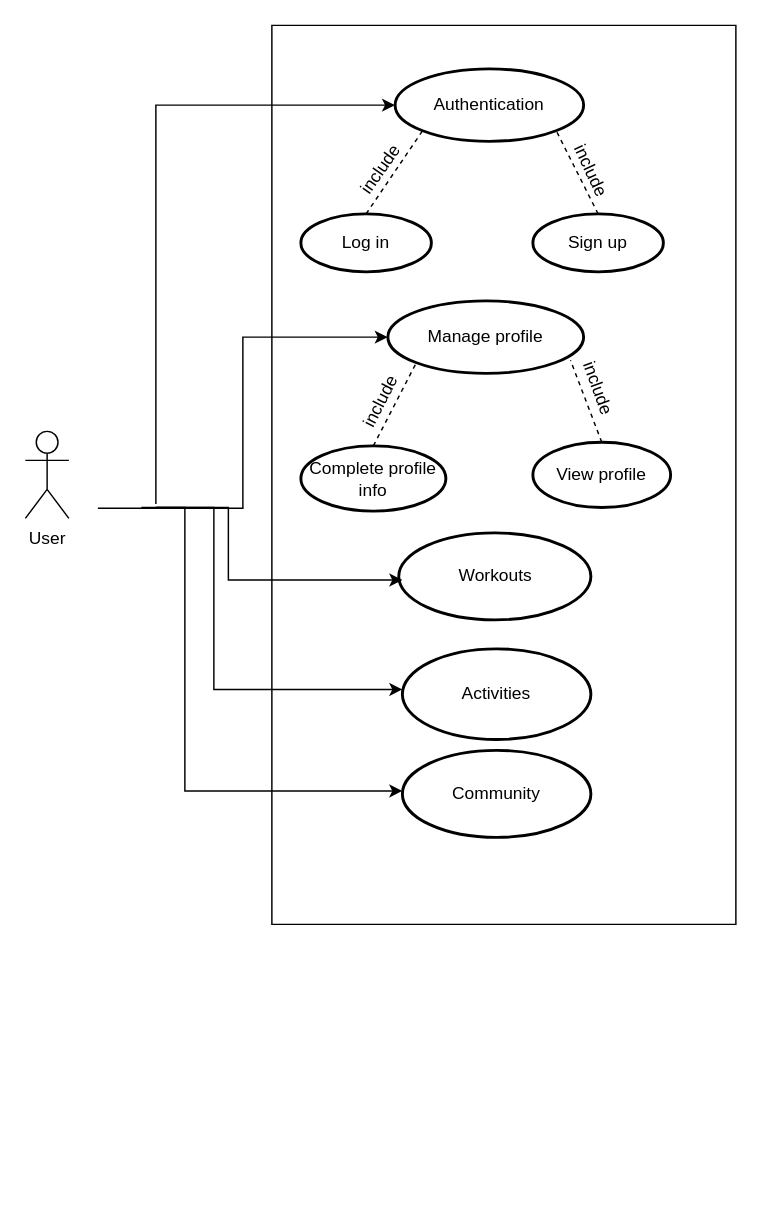
ShadiMe-flutter/Workout keeps this draw.io diagram as Docs./Usecase.drawio. Above is the earlier version. Source tidied: cells renumbered, new cells numbered last; positions are measured from the earlier drawing's top-left corner, leaving out a move shared by most shapes. Both pictures are drawn from the tidied source at 145%, with x=0, y=0 at pixel (25, 25).
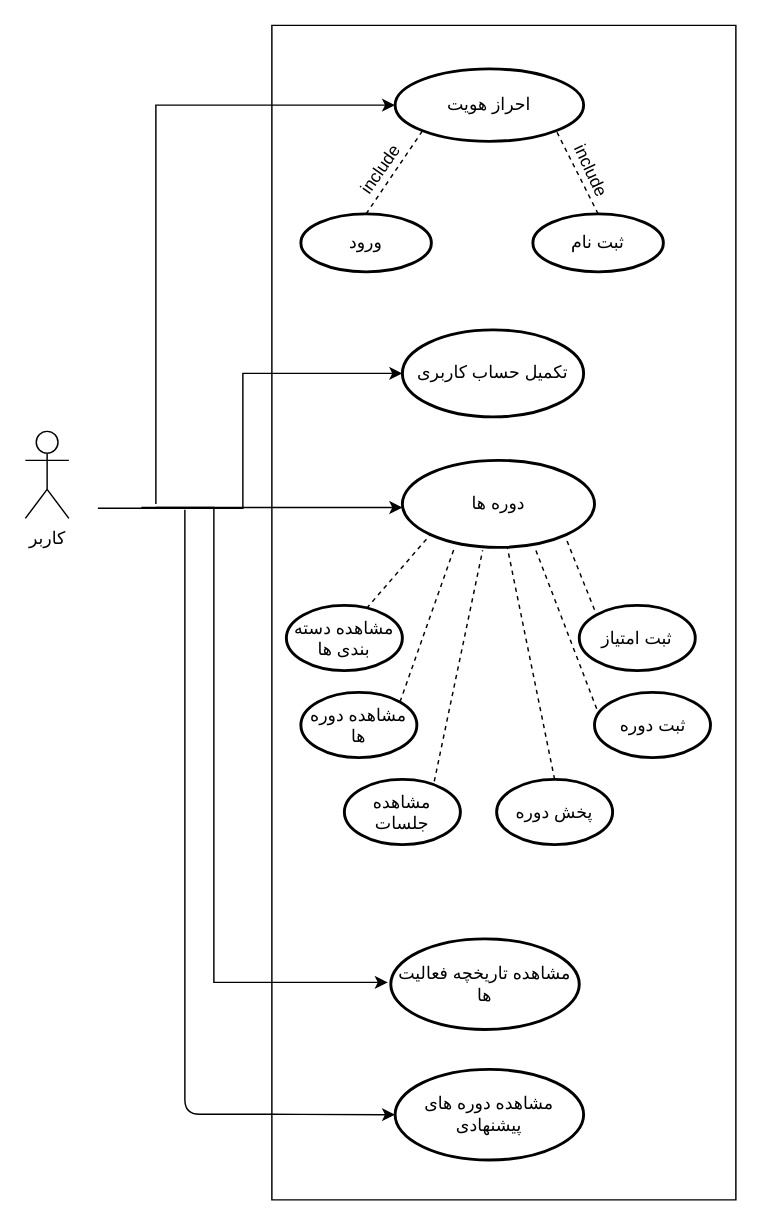
The same diagram, later.

The edit, as a diff of the source:
```diff
@@
-    <mxCell id="2" value="User&lt;br&gt;" style="shape=umlActor;verticalLabelPosition=bottom;verticalAlign=top;html=1;" parent="1" vertex="1">
+    <mxCell id="2" value="کاربر" style="shape=umlActor;verticalLabelPosition=bottom;verticalAlign=top;html=1;" parent="1" vertex="1">
       <mxGeometry y="280" width="30" height="60" as="geometry" />
     </mxCell>
     <mxCell id="3" style="verticalLabelPosition=bottom;verticalAlign=top;html=1;shape=mxgraph.basic.rect;fillColor2=none;strokeWidth=1;size=20;indent=5;direction=south;" parent="1" vertex="1">
-      <mxGeometry x="170" width="320" height="620" as="geometry" />
+      <mxGeometry x="170" width="320" height="810" as="geometry" />
     </mxCell>
-    <mxCell id="4" value="Authentication" style="strokeWidth=2;html=1;shape=mxgraph.flowchart.start_1;whiteSpace=wrap;" parent="1" vertex="1">
+    <mxCell id="4" value="احراز هویت" style="strokeWidth=2;html=1;shape=mxgraph.flowchart.start_1;whiteSpace=wrap;" parent="1" vertex="1">
       <mxGeometry x="255" y="30" width="130" height="50" as="geometry" />
     </mxCell>
-    <mxCell id="5" value="Log in" style="strokeWidth=2;html=1;shape=mxgraph.flowchart.start_1;whiteSpace=wrap;" parent="1" vertex="1">
+    <mxCell id="5" value="ورود" style="strokeWidth=2;html=1;shape=mxgraph.flowchart.start_1;whiteSpace=wrap;" parent="1" vertex="1">
       <mxGeometry x="190" y="130" width="90" height="40" as="geometry" />
     </mxCell>
-    <mxCell id="6" value="Sign up" style="strokeWidth=2;html=1;shape=mxgraph.flowchart.start_1;whiteSpace=wrap;" parent="1" vertex="1">
+    <mxCell id="6" value="ثبت نام" style="strokeWidth=2;html=1;shape=mxgraph.flowchart.start_1;whiteSpace=wrap;" parent="1" vertex="1">
       <mxGeometry x="350" y="130" width="90" height="40" as="geometry" />
     </mxCell>
@@
-    <mxCell id="11" value="Community" style="strokeWidth=2;html=1;shape=mxgraph.flowchart.start_1;whiteSpace=wrap;" parent="1" vertex="1">
-      <mxGeometry x="260" y="500" width="130" height="60" as="geometry" />
-    </mxCell>
-    <mxCell id="12" value="Activities" style="strokeWidth=2;html=1;shape=mxgraph.flowchart.start_1;whiteSpace=wrap;" parent="1" vertex="1">
-      <mxGeometry x="260" y="430" width="130" height="62.5" as="geometry" />
+    <mxCell id="12" value="مشاهده تاریخچه فعالیت ها" style="strokeWidth=2;html=1;shape=mxgraph.flowchart.start_1;whiteSpace=wrap;" parent="1" vertex="1">
+      <mxGeometry x="252" y="630" width="130" height="62.5" as="geometry" />
     </mxCell>
-    <mxCell id="13" value="Workouts" style="strokeWidth=2;html=1;shape=mxgraph.flowchart.start_1;whiteSpace=wrap;" parent="1" vertex="1">
-      <mxGeometry x="257.5" y="350" width="132.5" height="60" as="geometry" />
+    <mxCell id="13" value="دوره ها" style="strokeWidth=2;html=1;shape=mxgraph.flowchart.start_1;whiteSpace=wrap;" parent="1" vertex="1">
+      <mxGeometry x="260" y="300" width="132.5" height="60" as="geometry" />
     </mxCell>
-    <mxCell id="14" value="Complete profile info" style="strokeWidth=2;html=1;shape=mxgraph.flowchart.start_1;whiteSpace=wrap;" parent="1" vertex="1">
-      <mxGeometry x="190" y="290" width="100" height="45" as="geometry" />
-    </mxCell>
-    <mxCell id="15" style="edgeStyle=orthogonalEdgeStyle;rounded=0;orthogonalLoop=1;jettySize=auto;html=1;" parent="1" edge="1">
-      <mxGeometry relative="1" as="geometry">
-        <mxPoint x="90" y="332.5" as="sourcePoint" />
-        <mxPoint x="260" y="528" as="targetPoint" />
-        <Array as="points">
-          <mxPoint x="110" y="332.5" />
-          <mxPoint x="110" y="527.5" />
-        </Array>
-      </mxGeometry>
-    </mxCell>
     <mxCell id="16" style="edgeStyle=orthogonalEdgeStyle;rounded=0;orthogonalLoop=1;jettySize=auto;html=1;" parent="1" edge="1">
       <mxGeometry relative="1" as="geometry">
         <mxPoint x="90" y="332.5" as="sourcePoint" />
-        <mxPoint x="260" y="458" as="targetPoint" />
+        <mxPoint x="250" y="660" as="targetPoint" />
         <Array as="points">
-          <mxPoint x="130" y="332.5" />
-          <mxPoint x="130" y="457.5" />
+          <mxPoint x="130" y="333" />
+          <mxPoint x="130" y="660" />
         </Array>
       </mxGeometry>
     </mxCell>
-    <mxCell id="17" style="edgeStyle=orthogonalEdgeStyle;rounded=0;orthogonalLoop=1;jettySize=auto;html=1;" parent="1" edge="1">
+    <mxCell id="17" style="edgeStyle=orthogonalEdgeStyle;rounded=0;jettySize=auto;html=1;" parent="1" edge="1" target="13">
       <mxGeometry relative="1" as="geometry">
         <mxPoint x="80" y="332.5" as="sourcePoint" />
-        <mxPoint x="260" y="382.5" as="targetPoint" />
         <Array as="points">
-          <mxPoint x="80" y="332.5" />
-          <mxPoint x="140" y="332.5" />
-          <mxPoint x="140" y="382.5" />
+          <mxPoint x="220" y="333" />
+          <mxPoint x="220" y="333" />
         </Array>
       </mxGeometry>
     </mxCell>
     <mxCell id="18" style="edgeStyle=orthogonalEdgeStyle;rounded=0;jettySize=auto;html=1;entryX=0;entryY=0.5;entryDx=0;entryDy=0;entryPerimeter=0;" parent="1" edge="1" target="21">
       <mxGeometry relative="1" as="geometry">
         <mxPoint x="50" y="333" as="sourcePoint" />
         <Array as="points">
           <mxPoint x="150" y="333" />
-          <mxPoint x="150" y="215" />
+          <mxPoint x="150" y="240" />
         </Array>
       </mxGeometry>
     </mxCell>
@@
-    <mxCell id="20" value="View profile" style="strokeWidth=2;html=1;shape=mxgraph.flowchart.start_1;whiteSpace=wrap;" parent="1" vertex="1">
-      <mxGeometry x="350" y="287.5" width="95" height="45" as="geometry" />
-    </mxCell>
-    <mxCell id="21" value="Manage profile" style="strokeWidth=2;html=1;shape=mxgraph.flowchart.start_1;whiteSpace=wrap;" parent="1" vertex="1">
-      <mxGeometry x="250" y="190" width="135" height="50" as="geometry" />
+    <mxCell id="21" value="تکمیل حساب کاربری" style="strokeWidth=2;html=1;shape=mxgraph.flowchart.start_1;whiteSpace=wrap;" parent="1" vertex="1">
+      <mxGeometry x="260" y="210" width="125" height="60" as="geometry" />
     </mxCell>
-    <mxCell id="22" style="endArrow=none;dashed=1;html=1;exitX=0.5;exitY=0;exitDx=0;exitDy=0;exitPerimeter=0;entryX=0.145;entryY=0.855;entryDx=0;entryDy=0;entryPerimeter=0;" parent="1" edge="1" source="14" target="21">
-      <mxGeometry relative="1" as="geometry" />
-    </mxCell>
-    <mxCell id="23" style="endArrow=none;dashed=1;html=1;exitX=0.5;exitY=0;exitDx=0;exitDy=0;exitPerimeter=0;entryX=0.933;entryY=0.82;entryDx=0;entryDy=0;entryPerimeter=0;" parent="1" edge="1" source="20" target="21">
-      <mxGeometry relative="1" as="geometry" />
-    </mxCell>
-    <mxCell id="24" value="include" style="text;html=1;align=center;verticalAlign=middle;fillColor=none;strokeColor=none;rounded=0;rotation=297;" parent="1" vertex="1">
-      <mxGeometry x="220" y="250" width="50" height="20" as="geometry" />
-    </mxCell>
-    <mxCell id="25" value="include" style="text;html=1;align=center;verticalAlign=middle;fillColor=none;strokeColor=none;rounded=0;rotation=70;" parent="1" vertex="1">
-      <mxGeometry x="370" y="240" width="50" height="20" as="geometry" />
-    </mxCell>
+    <mxCell id="26" value="مشاهده دوره های پیشنهادی" style="strokeWidth=2;html=1;shape=mxgraph.flowchart.start_1;whiteSpace=wrap;" parent="1" vertex="1">
+      <mxGeometry x="255" y="720" width="130" height="62.5" as="geometry" />
+    </mxCell>
+    <mxCell id="27" style="endArrow=classic;html=1;entryX=0;entryY=0.5;entryDx=0;entryDy=0;entryPerimeter=0;" parent="1" edge="1" target="26">
+      <mxGeometry relative="1" as="geometry">
+        <mxPoint x="110" y="334" as="sourcePoint" />
+        <Array as="points">
+          <mxPoint x="110" y="751" />
+          <mxPoint x="180" y="751" />
+        </Array>
+      </mxGeometry>
+    </mxCell>
+    <mxCell id="28" value="مشاهده دسته بندی ها" style="strokeWidth=2;html=1;shape=mxgraph.flowchart.start_1;whiteSpace=wrap;" parent="1" vertex="1">
+      <mxGeometry x="180" y="400" width="80" height="45" as="geometry" />
+    </mxCell>
+    <mxCell id="29" value="مشاهده دوره ها" style="strokeWidth=2;html=1;shape=mxgraph.flowchart.start_1;whiteSpace=wrap;" parent="1" vertex="1">
+      <mxGeometry x="190" y="460" width="80" height="45" as="geometry" />
+    </mxCell>
+    <mxCell id="30" value="ثبت امتیاز" style="strokeWidth=2;html=1;shape=mxgraph.flowchart.start_1;whiteSpace=wrap;" parent="1" vertex="1">
+      <mxGeometry x="382" y="400" width="80" height="45" as="geometry" />
+    </mxCell>
+    <mxCell id="31" value="ثبت دوره" style="strokeWidth=2;html=1;shape=mxgraph.flowchart.start_1;whiteSpace=wrap;" parent="1" vertex="1">
+      <mxGeometry x="392.5" y="460" width="80" height="45" as="geometry" />
+    </mxCell>
+    <mxCell id="32" value="مشاهده جلسات" style="strokeWidth=2;html=1;shape=mxgraph.flowchart.start_1;whiteSpace=wrap;" parent="1" vertex="1">
+      <mxGeometry x="220" y="520" width="80" height="45" as="geometry" />
+    </mxCell>
+    <mxCell id="33" value="پخش دوره" style="strokeWidth=2;html=1;shape=mxgraph.flowchart.start_1;whiteSpace=wrap;" parent="1" vertex="1">
+      <mxGeometry x="325" y="520" width="80" height="45" as="geometry" />
+    </mxCell>
+    <mxCell id="34" style="endArrow=none;dashed=1;html=1;entryX=0.855;entryY=0.855;entryDx=0;entryDy=0;entryPerimeter=0;" parent="1" edge="1">
+      <mxGeometry relative="1" as="geometry">
+        <mxPoint x="392.5" y="403" as="sourcePoint" />
+        <mxPoint x="372.5" y="353" as="targetPoint" />
+      </mxGeometry>
+    </mxCell>
+    <mxCell id="35" style="endArrow=none;dashed=1;html=1;entryX=0.145;entryY=0.855;entryDx=0;entryDy=0;entryPerimeter=0;exitX=0.692;exitY=0.044;exitDx=0;exitDy=0;exitPerimeter=0;" parent="1" edge="1" source="28" target="13">
+      <mxGeometry relative="1" as="geometry" />
+    </mxCell>
+    <mxCell id="36" style="endArrow=none;dashed=1;html=1;entryX=0.689;entryY=1;entryDx=0;entryDy=0;entryPerimeter=0;exitX=0.019;exitY=0.252;exitDx=0;exitDy=0;exitPerimeter=0;" parent="1" edge="1" source="31" target="13">
+      <mxGeometry relative="1" as="geometry" />
+    </mxCell>
+    <mxCell id="37" style="endArrow=none;dashed=1;html=1;exitX=0.5;exitY=0;exitDx=0;exitDy=0;exitPerimeter=0;" parent="1" edge="1" source="33" target="13">
+      <mxGeometry relative="1" as="geometry" />
+    </mxCell>
+    <mxCell id="38" style="endArrow=none;dashed=1;html=1;exitX=0.855;exitY=0.145;exitDx=0;exitDy=0;exitPerimeter=0;" parent="1" edge="1" source="29">
+      <mxGeometry relative="1" as="geometry">
+        <mxPoint x="296" y="360" as="targetPoint" />
+      </mxGeometry>
+    </mxCell>
+    <mxCell id="39" style="endArrow=none;dashed=1;html=1;entryX=0.418;entryY=1.033;entryDx=0;entryDy=0;entryPerimeter=0;exitX=0.775;exitY=0.03;exitDx=0;exitDy=0;exitPerimeter=0;" parent="1" edge="1" source="32" target="13">
+      <mxGeometry relative="1" as="geometry" />
+    </mxCell>
```
